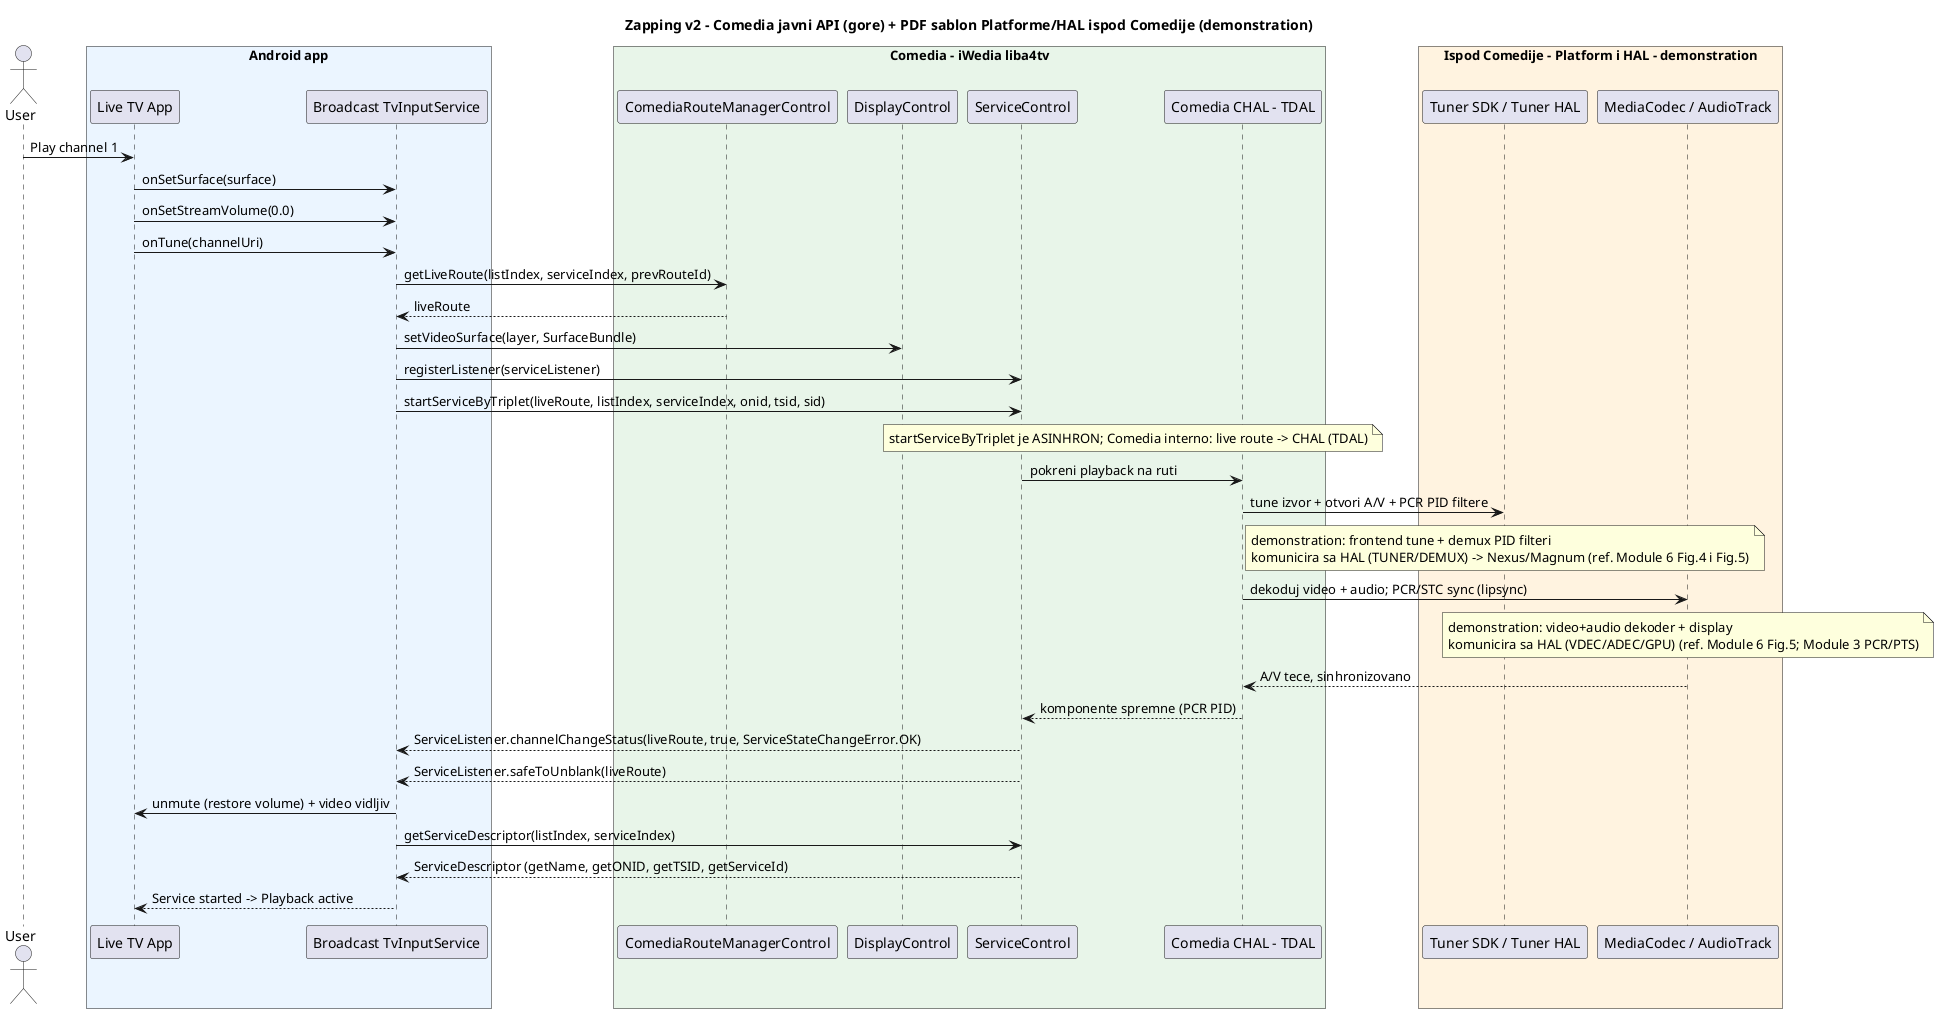
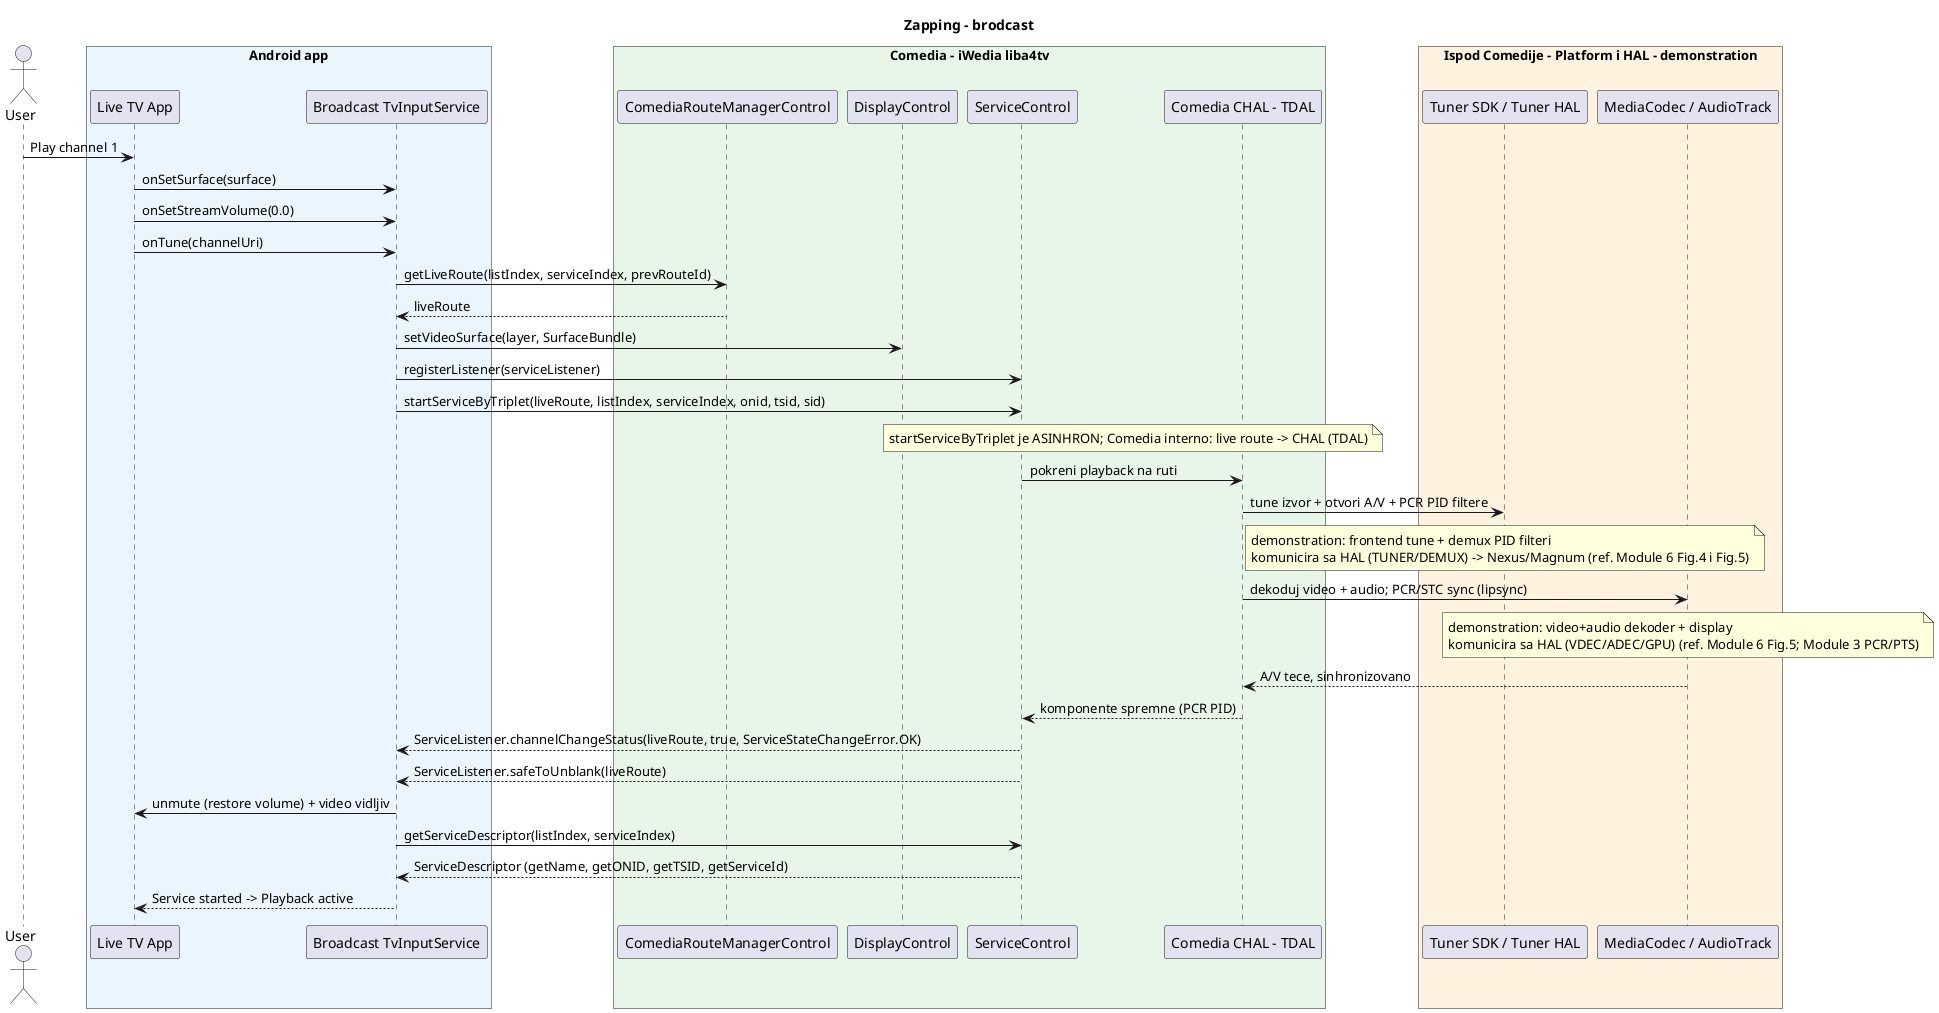
@startuml sequence_zapping_liba4tv_v2
- title Zapping v2 - Comedia javni API (gore) + PDF sablon Platforme/HAL ispod Comedije (demonstration)
+ title Zapping - brodcast
' Sabloni: Module 5 Fig.3, Module 6 Fig.2/3 (platform/HAL), Fig.4 (tune) i Fig.5 (A/V playback), Module 3 (PCR/PTS), Module 7 Fig.5

actor User
box "Android app" #EBF5FF
  participant "Live TV App" as App
  participant "Broadcast TvInputService" as TIS
end box
box "Comedia - iWedia liba4tv" #E8F5E9
  participant "ComediaRouteManagerControl" as ROUTE
  participant "DisplayControl" as DISP
  participant "ServiceControl" as SVC
  participant "Comedia CHAL - TDAL" as CHAL
end box
box "Ispod Comedije - Platform i HAL - demonstration" #FFF3E0
  participant "Tuner SDK / Tuner HAL" as TSDK
  participant "MediaCodec / AudioTrack" as AVDEC
end box

User -> App : Play channel 1
App -> TIS : onSetSurface(surface)
App -> TIS : onSetStreamVolume(0.0)
App -> TIS : onTune(channelUri)
TIS -> ROUTE : getLiveRoute(listIndex, serviceIndex, prevRouteId)
ROUTE --> TIS : liveRoute
TIS -> DISP : setVideoSurface(layer, SurfaceBundle)
TIS -> SVC : registerListener(serviceListener)
TIS -> SVC : startServiceByTriplet(liveRoute, listIndex, serviceIndex, onid, tsid, sid)
note over SVC,CHAL : startServiceByTriplet je ASINHRON; Comedia interno: live route -> CHAL (TDAL)

SVC -> CHAL : pokreni playback na ruti
CHAL -> TSDK : tune izvor + otvori A/V + PCR PID filtere
note over TSDK : demonstration: frontend tune + demux PID filteri\nkomunicira sa HAL (TUNER/DEMUX) -> Nexus/Magnum (ref. Module 6 Fig.4 i Fig.5)
CHAL -> AVDEC : dekoduj video + audio; PCR/STC sync (lipsync)
note over AVDEC : demonstration: video+audio dekoder + display\nkomunicira sa HAL (VDEC/ADEC/GPU) (ref. Module 6 Fig.5; Module 3 PCR/PTS)
AVDEC --> CHAL : A/V tece, sinhronizovano
CHAL --> SVC : komponente spremne (PCR PID)

SVC --> TIS : ServiceListener.channelChangeStatus(liveRoute, true, ServiceStateChangeError.OK)
SVC --> TIS : ServiceListener.safeToUnblank(liveRoute)
TIS -> App : unmute (restore volume) + video vidljiv
TIS -> SVC : getServiceDescriptor(listIndex, serviceIndex)
SVC --> TIS : ServiceDescriptor (getName, getONID, getTSID, getServiceId)
TIS --> App : Service started -> Playback active
@enduml
